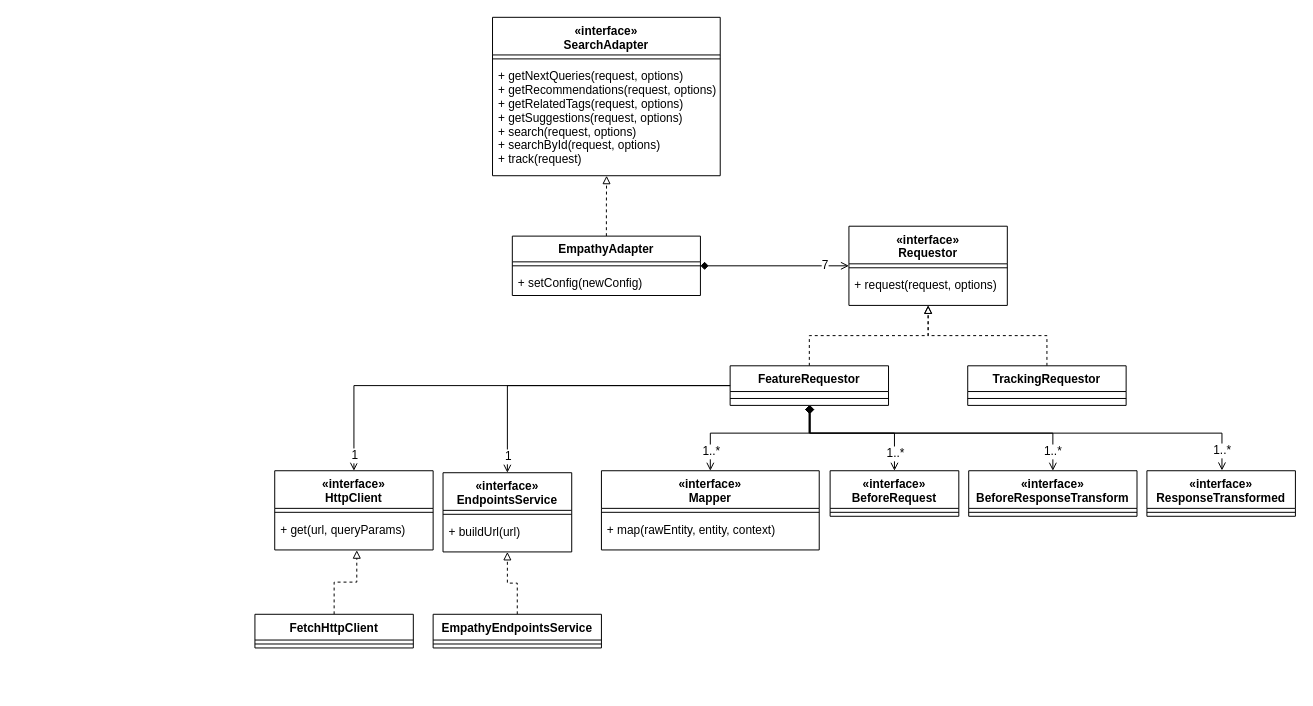
This is packages/search-adapter/empathy-search-adapter.v1.drawio from empathyco/x, a draw.io file, before an edit. Source tidied: cells renumbered, new cells numbered last; positions are measured from the earlier drawing's top-left corner, leaving out a move shared by most shapes. Both pictures are drawn from the tidied source at 99%, with x=0, y=0 at pixel (254, 17).
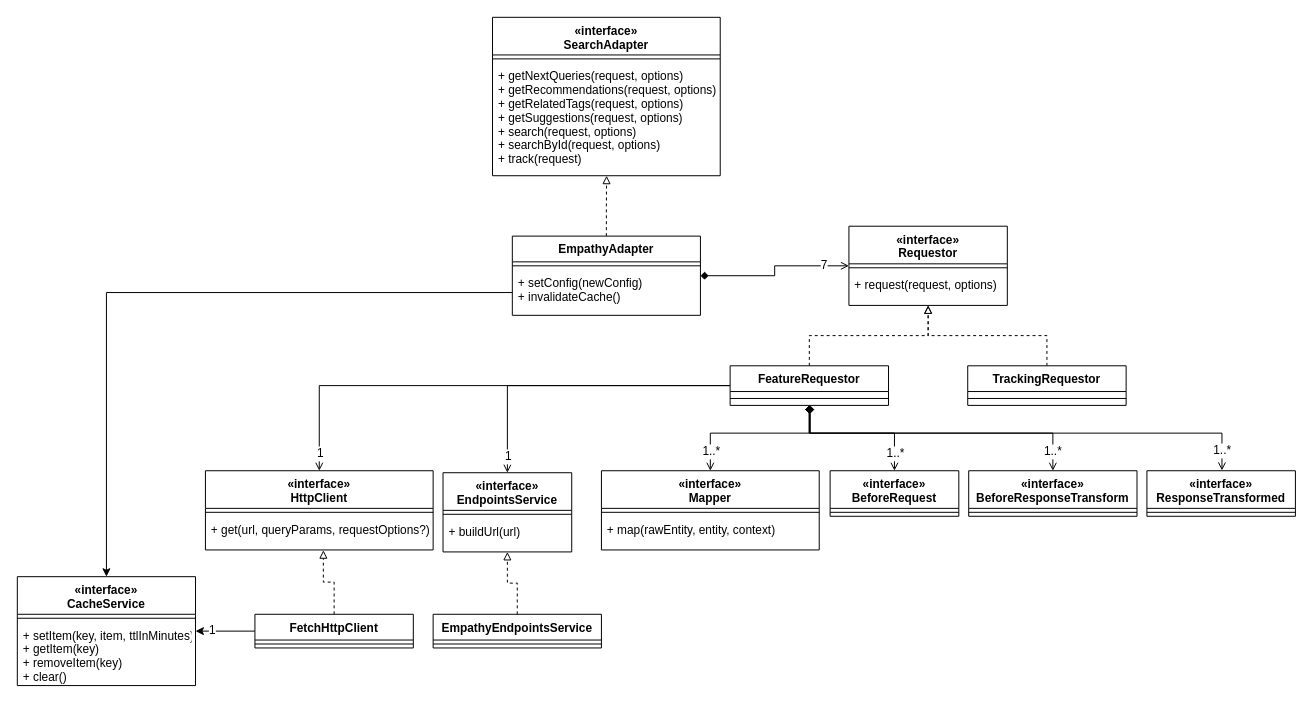
The same diagram, later.

The change refers to these unchanged cells:
```xml
<mxCell id="21" value="FetchHttpClient" style="swimlane;fontStyle=1;align=center;verticalAlign=top;horizontal=1;startSize=26;" parent="1" vertex="1">
  <mxGeometry y="603" width="160" height="34" as="geometry" />
</mxCell>
```

Diff of the diagram source:
```diff
@@
     <mxCell id="11" value="EmpathyAdapter" style="swimlane;fontStyle=1;align=center;verticalAlign=top;horizontal=1;startSize=26;" parent="1" vertex="1">
-      <mxGeometry x="260" y="221" width="190" height="60" as="geometry" />
+      <mxGeometry x="260" y="221" width="190" height="80" as="geometry" />
     </mxCell>
@@
-    <mxCell id="13" value="+ setConfig(newConfig)&#10;" style="text;strokeColor=none;fillColor=none;align=left;verticalAlign=top;spacingLeft=4;spacingRight=4;overflow=hidden;points=[[0,0.5],[1,0.5]];portConstraint=eastwest;" parent="11" vertex="1">
-      <mxGeometry y="34" width="190" height="26" as="geometry" />
+    <mxCell id="13" value="+ setConfig(newConfig)&#10;+ invalidateCache()" style="text;strokeColor=none;fillColor=none;align=left;verticalAlign=top;spacingLeft=4;spacingRight=4;overflow=hidden;points=[[0,0.5],[1,0.5]];portConstraint=eastwest;" parent="11" vertex="1">
+      <mxGeometry y="34" width="190" height="46" as="geometry" />
     </mxCell>
@@
+    <mxCell id="53" style="edgeStyle=orthogonalEdgeStyle;rounded=0;jettySize=auto;html=1;exitX=0;exitY=0.5;exitDx=0;exitDy=0;entryX=1;entryY=0.5;entryDx=0;entryDy=0;" parent="1" edge="1" source="21" target="55">
+      <mxGeometry relative="1" as="geometry" />
+    </mxCell>
+    <mxCell id="54" value="1" style="text;html=1;align=center;verticalAlign=middle;labelBackgroundColor=#ffffff;" parent="53" vertex="1">
+      <mxGeometry x="0.68" y="3" relative="1" as="geometry">
+        <mxPoint x="6" y="-5" as="offset" />
+      </mxGeometry>
+    </mxCell>
@@
     <mxCell id="25" value="«interface»&#10;HttpClient" style="swimlane;fontStyle=1;align=center;verticalAlign=top;horizontal=1;startSize=38;" parent="1" vertex="1">
-      <mxGeometry x="20" y="458" width="160" height="80" as="geometry" />
+      <mxGeometry x="-50" y="458" width="230" height="80" as="geometry" />
     </mxCell>
     <mxCell id="26" style="line;strokeWidth=1;fillColor=none;align=left;verticalAlign=middle;spacingTop=-1;spacingLeft=3;spacingRight=3;labelPosition=right;" parent="25" vertex="1">
-      <mxGeometry y="38" width="160" height="8" as="geometry" />
+      <mxGeometry y="38" width="230" height="8" as="geometry" />
     </mxCell>
-    <mxCell id="27" value="+ get(url, queryParams)&#10;" style="text;strokeColor=none;fillColor=none;align=left;verticalAlign=top;spacingLeft=4;spacingRight=4;overflow=hidden;points=[[0,0.5],[1,0.5]];portConstraint=eastwest;" parent="25" vertex="1">
-      <mxGeometry y="46" width="160" height="34" as="geometry" />
+    <mxCell id="27" value="+ get(url, queryParams, requestOptions?)&#10;" style="text;strokeColor=none;fillColor=none;align=left;verticalAlign=top;spacingLeft=4;spacingRight=4;overflow=hidden;points=[[0,0.5],[1,0.5]];portConstraint=eastwest;" parent="25" vertex="1">
+      <mxGeometry y="46" width="230" height="34" as="geometry" />
     </mxCell>
@@
+    <mxCell id="55" value="«interface»&#10;CacheService" style="swimlane;fontStyle=1;align=center;verticalAlign=top;horizontal=1;startSize=38;" parent="1" vertex="1">
+      <mxGeometry x="-240" y="565" width="180" height="110" as="geometry" />
+    </mxCell>
+    <mxCell id="56" style="line;strokeWidth=1;fillColor=none;align=left;verticalAlign=middle;spacingTop=-1;spacingLeft=3;spacingRight=3;labelPosition=right;" parent="55" vertex="1">
+      <mxGeometry y="38" width="180" height="8" as="geometry" />
+    </mxCell>
+    <mxCell id="57" value="+ setItem(key, item, ttlInMinutes)&#10;+ getItem(key)&#10;+ removeItem(key)&#10;+ clear()&#10;" style="text;strokeColor=none;fillColor=none;align=left;verticalAlign=top;spacingLeft=4;spacingRight=4;overflow=hidden;" parent="55" vertex="1">
+      <mxGeometry y="46" width="180" height="64" as="geometry" />
+    </mxCell>
+    <mxCell id="58" style="edgeStyle=orthogonalEdgeStyle;rounded=0;jettySize=auto;html=1;exitX=0;exitY=0.5;exitDx=0;exitDy=0;entryX=0.5;entryY=0;entryDx=0;entryDy=0;" parent="1" edge="1" source="13" target="55">
+      <mxGeometry relative="1" as="geometry" />
+    </mxCell>
```
